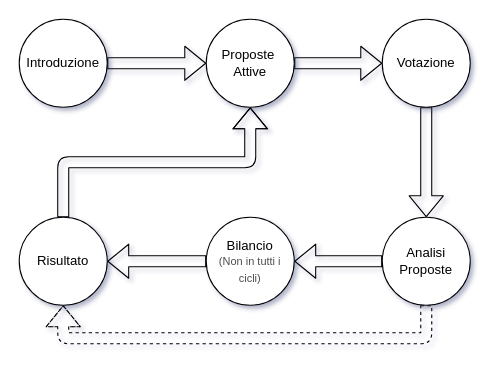
Before: Fasi.drawio in antongiacomo/Slide-CDT, a draw.io diagram. Source tidied: cells renumbered, new cells numbered last; positions are measured from the earlier drawing's top-left corner, leaving out a move shared by most shapes. Both pictures are drawn from the tidied source at 110%, with x=0, y=0 at pixel (19, 19).
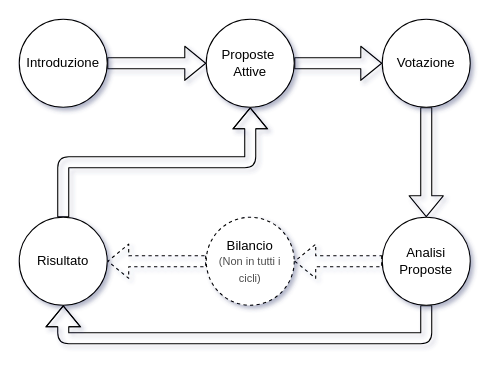
The same diagram, later.

The edit, as a diff of the source:
```diff
@@
 <mxGraphModel shadow="1">
   <root>
     <mxCell id="0" />
     <mxCell id="1" parent="0" />
     <mxCell id="2" style="edgeStyle=orthogonalEdgeStyle;jettySize=auto;html=1;exitX=1;exitY=0.5;exitDx=0;exitDy=0;entryX=0;entryY=0.5;entryDx=0;entryDy=0;shape=flexArrow;curved=1;" parent="1" edge="1" source="3" target="11">
       <mxGeometry relative="1" as="geometry" />
     </mxCell>
-    <mxCell id="3" value="Introduzione" style="ellipse;whiteSpace=wrap;html=1;" parent="1" vertex="1">
+    <mxCell id="3" value="&lt;font face=&quot;Fira Code&quot;&gt;Introduzione&lt;/font&gt;" style="ellipse;whiteSpace=wrap;html=1;" parent="1" vertex="1">
       <mxGeometry width="80" height="80" as="geometry" />
     </mxCell>
     <mxCell id="4" style="edgeStyle=orthogonalEdgeStyle;jettySize=auto;html=1;exitX=0.5;exitY=0;exitDx=0;exitDy=0;entryX=0.5;entryY=1;entryDx=0;entryDy=0;shape=flexArrow;curved=1;" parent="1" edge="1" source="5" target="11">
       <mxGeometry relative="1" as="geometry" />
     </mxCell>
     <mxCell id="5" value="Risultato" style="ellipse;whiteSpace=wrap;html=1;" parent="1" vertex="1">
       <mxGeometry y="180" width="80" height="80" as="geometry" />
     </mxCell>
     <mxCell id="6" style="edgeStyle=orthogonalEdgeStyle;jettySize=auto;html=1;exitX=0.5;exitY=1;exitDx=0;exitDy=0;shape=flexArrow;elbow=vertical;curved=1;" parent="1" edge="1" source="7" target="14">
       <mxGeometry relative="1" as="geometry" />
     </mxCell>
     <mxCell id="7" value="Votazione" style="ellipse;whiteSpace=wrap;html=1;" parent="1" vertex="1">
       <mxGeometry x="330" width="80" height="80" as="geometry" />
     </mxCell>
-    <mxCell id="8" style="edgeStyle=orthogonalEdgeStyle;jettySize=auto;html=1;exitX=0;exitY=0.5;exitDx=0;exitDy=0;shape=flexArrow;curved=1;" parent="1" edge="1" source="9" target="5">
+    <mxCell id="8" style="edgeStyle=orthogonalEdgeStyle;jettySize=auto;html=1;exitX=0;exitY=0.5;exitDx=0;exitDy=0;shape=flexArrow;curved=1;dashed=1;" parent="1" edge="1" source="9" target="5">
       <mxGeometry relative="1" as="geometry" />
     </mxCell>
-    <mxCell id="9" value="Bilancio&lt;br&gt;&lt;font style=&quot;font-size: 10px&quot; color=&quot;#4d4d4d&quot;&gt;(Non in tutti i cicli)&lt;/font&gt;" style="ellipse;whiteSpace=wrap;html=1;" parent="1" vertex="1">
+    <mxCell id="9" value="Bilancio&lt;br&gt;&lt;font style=&quot;font-size: 10px&quot; color=&quot;#4d4d4d&quot;&gt;(Non in tutti i cicli)&lt;/font&gt;" style="ellipse;whiteSpace=wrap;html=1;dashed=1;" parent="1" vertex="1">
       <mxGeometry x="170" y="180" width="80" height="80" as="geometry" />
     </mxCell>
     <mxCell id="10" style="edgeStyle=orthogonalEdgeStyle;jettySize=auto;html=1;exitX=1;exitY=0.5;exitDx=0;exitDy=0;shape=flexArrow;elbow=vertical;curved=1;" parent="1" edge="1" source="11" target="7">
       <mxGeometry relative="1" as="geometry" />
     </mxCell>
     <mxCell id="11" value="Proposte&amp;nbsp;&lt;br&gt;Attive" style="ellipse;whiteSpace=wrap;html=1;" parent="1" vertex="1">
       <mxGeometry x="170" width="80" height="80" as="geometry" />
     </mxCell>
-    <mxCell id="12" style="edgeStyle=orthogonalEdgeStyle;shape=flexArrow;jettySize=auto;html=1;exitX=0;exitY=0.5;exitDx=0;exitDy=0;entryX=1;entryY=0.5;entryDx=0;entryDy=0;curved=1;" parent="1" edge="1" source="14" target="9">
+    <mxCell id="12" style="edgeStyle=orthogonalEdgeStyle;shape=flexArrow;jettySize=auto;html=1;exitX=0;exitY=0.5;exitDx=0;exitDy=0;entryX=1;entryY=0.5;entryDx=0;entryDy=0;curved=1;dashed=1;" parent="1" edge="1" source="14" target="9">
       <mxGeometry relative="1" as="geometry" />
     </mxCell>
-    <mxCell id="13" style="edgeStyle=orthogonalEdgeStyle;shape=flexArrow;curved=1;rounded=1;jettySize=auto;html=1;exitX=0.5;exitY=1;exitDx=0;exitDy=0;entryX=0.5;entryY=1;entryDx=0;entryDy=0;dashed=1;" parent="1" edge="1" source="14" target="5">
+    <mxCell id="13" style="edgeStyle=orthogonalEdgeStyle;shape=flexArrow;curved=1;rounded=1;jettySize=auto;html=1;exitX=0.5;exitY=1;exitDx=0;exitDy=0;entryX=0.5;entryY=1;entryDx=0;entryDy=0;" parent="1" edge="1" source="14" target="5">
       <mxGeometry relative="1" as="geometry">
         <Array as="points">
           <mxPoint x="370" y="290" />
           <mxPoint x="40" y="290" />
         </Array>
       </mxGeometry>
     </mxCell>
     <mxCell id="14" value="Analisi&lt;br&gt;Proposte" style="ellipse;whiteSpace=wrap;html=1;" parent="1" vertex="1">
       <mxGeometry x="330" y="180" width="80" height="80" as="geometry" />
     </mxCell>
   </root>
 </mxGraphModel>
```
